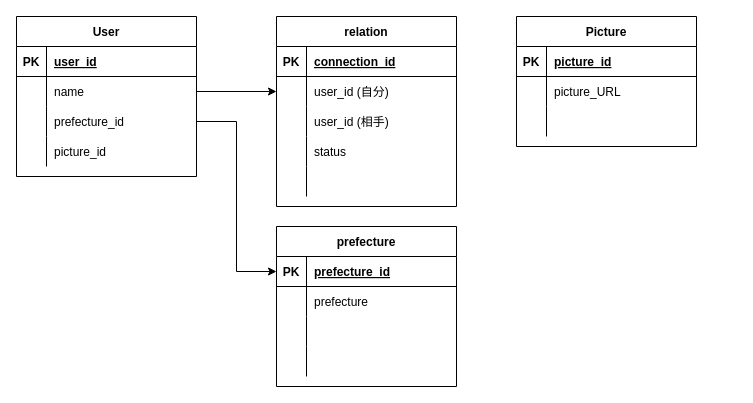
This is HackU_DB.drawio from alex64Doby/HackU, a draw.io file, before an edit. Source tidied: cells renumbered, new cells numbered last; positions are measured from the earlier drawing's top-left corner, leaving out a move shared by most shapes. Both pictures are drawn from the tidied source at 100%, with x=0, y=0 at pixel (16, 16).
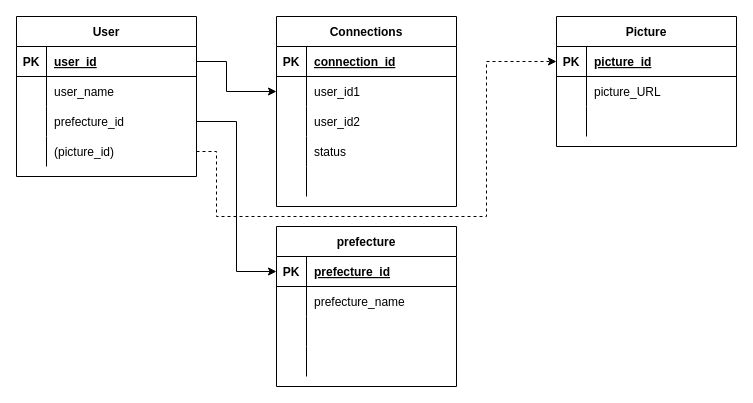
The same diagram, later.

The change refers to these unchanged cells:
```xml
<mxCell id="3" style="shape=tableRow;horizontal=0;startSize=0;swimlaneHead=0;swimlaneBody=0;fillColor=none;points=[[0,0.5],[1,0.5]];portConstraint=eastwest;top=0;left=0;right=0;bottom=1;" parent="2" vertex="1">
  <mxGeometry y="30" width="180" height="30" as="geometry" />
</mxCell>
<mxCell id="6" style="shape=tableRow;horizontal=0;startSize=0;swimlaneHead=0;swimlaneBody=0;fillColor=none;points=[[0,0.5],[1,0.5]];portConstraint=eastwest;top=0;left=0;right=0;bottom=0;" parent="2" vertex="1">
  <mxGeometry y="60" width="180" height="30" as="geometry" />
</mxCell>
<mxCell id="12" style="shape=tableRow;horizontal=0;startSize=0;swimlaneHead=0;swimlaneBody=0;fillColor=none;points=[[0,0.5],[1,0.5]];portConstraint=eastwest;top=0;left=0;right=0;bottom=0;" parent="2" vertex="1">
  <mxGeometry y="120" width="180" height="30" as="geometry" />
</mxCell>
<mxCell id="19" style="shape=tableRow;horizontal=0;startSize=0;swimlaneHead=0;swimlaneBody=0;fillColor=none;top=0;left=0;right=0;bottom=0;" parent="15" vertex="1">
  <mxGeometry y="60" width="180" height="30" as="geometry" />
</mxCell>
<mxCell id="33" style="shape=tableRow;horizontal=0;startSize=0;swimlaneHead=0;swimlaneBody=0;fillColor=none;points=[[0,0.5],[1,0.5]];portConstraint=eastwest;top=0;left=0;right=0;bottom=0;" parent="29" vertex="1">
  <mxGeometry y="60" width="180" height="30" as="geometry" />
</mxCell>
<mxCell id="36" style="shape=tableRow;horizontal=0;startSize=0;swimlaneHead=0;swimlaneBody=0;fillColor=none;top=0;left=0;right=0;bottom=0;" parent="29" vertex="1">
  <mxGeometry y="90" width="180" height="30" as="geometry" />
</mxCell>
<mxCell id="46" style="shape=tableRow;horizontal=0;startSize=0;swimlaneHead=0;swimlaneBody=0;fillColor=none;points=[[0,0.5],[1,0.5]];portConstraint=eastwest;top=0;left=0;right=0;bottom=1;" parent="45" vertex="1">
  <mxGeometry y="30" width="180" height="30" as="geometry" />
</mxCell>
```

Change to the diagram source:
```diff
@@
-    <mxCell id="8" value="name" style="shape=partialRectangle;fillColor=none;top=0;left=0;bottom=0;right=0;align=left;spacingLeft=6;overflow=hidden;" parent="6" vertex="1">
+    <mxCell id="8" value="user_name" style="shape=partialRectangle;fillColor=none;top=0;left=0;bottom=0;right=0;align=left;spacingLeft=6;overflow=hidden;" parent="6" vertex="1">
       <mxGeometry x="30" width="150" height="30" as="geometry" />
     </mxCell>
@@
-    <mxCell id="14" value="picture_id" style="shape=partialRectangle;fillColor=none;top=0;left=0;bottom=0;right=0;align=left;spacingLeft=6;overflow=hidden;fontStyle=0;" parent="12" vertex="1">
+    <mxCell id="14" value="(picture_id)" style="shape=partialRectangle;fillColor=none;top=0;left=0;bottom=0;right=0;align=left;spacingLeft=6;overflow=hidden;fontStyle=0;" parent="12" vertex="1">
       <mxGeometry x="30" width="150" height="30" as="geometry" />
     </mxCell>
@@
-    <mxCell id="21" value="prefecture" style="shape=partialRectangle;fillColor=none;top=0;left=0;bottom=0;right=0;align=left;spacingLeft=6;overflow=hidden;" parent="19" vertex="1">
+    <mxCell id="21" value="prefecture_name" style="shape=partialRectangle;fillColor=none;top=0;left=0;bottom=0;right=0;align=left;spacingLeft=6;overflow=hidden;" parent="19" vertex="1">
       <mxGeometry x="30" width="150" height="30" as="geometry" />
     </mxCell>
@@
-    <mxCell id="29" value="relation" style="shape=table;startSize=30;childLayout=tableLayout;rowLines=0;fontStyle=1;align=center;" parent="1" vertex="1">
+    <mxCell id="29" value="Connections" style="shape=table;startSize=30;childLayout=tableLayout;rowLines=0;fontStyle=1;align=center;" parent="1" vertex="1">
       <mxGeometry x="260" width="180" height="190" as="geometry" />
     </mxCell>
@@
-    <mxCell id="35" value="user_id (自分)" style="shape=partialRectangle;fillColor=none;top=0;left=0;bottom=0;right=0;align=left;spacingLeft=6;overflow=hidden;" parent="33" vertex="1">
+    <mxCell id="35" value="user_id1" style="shape=partialRectangle;fillColor=none;top=0;left=0;bottom=0;right=0;align=left;spacingLeft=6;overflow=hidden;" parent="33" vertex="1">
       <mxGeometry x="30" width="150" height="30" as="geometry" />
     </mxCell>
@@
-    <mxCell id="38" value="user_id (相手)" style="shape=partialRectangle;fillColor=none;top=0;left=0;bottom=0;right=0;align=left;spacingLeft=6;overflow=hidden;" parent="36" vertex="1">
+    <mxCell id="38" value="user_id2" style="shape=partialRectangle;fillColor=none;top=0;left=0;bottom=0;right=0;align=left;spacingLeft=6;overflow=hidden;" parent="36" vertex="1">
       <mxGeometry x="30" width="150" height="30" as="geometry" />
     </mxCell>
@@
     <mxCell id="45" value="Picture" style="shape=table;startSize=30;childLayout=tableLayout;rowLines=0;fontStyle=1;align=center;" parent="1" vertex="1">
-      <mxGeometry x="500" width="180" height="130" as="geometry" />
+      <mxGeometry x="540" width="180" height="130" as="geometry" />
     </mxCell>
@@
-    <mxCell id="55" style="edgeStyle=orthogonalEdgeStyle;rounded=0;jettySize=auto;html=1;exitX=1;exitY=0.5;exitDx=0;exitDy=0;entryX=0;entryY=0.5;entryDx=0;entryDy=0;" parent="1" edge="1" source="6" target="33">
-      <mxGeometry relative="1" as="geometry" />
+    <mxCell id="55" style="edgeStyle=orthogonalEdgeStyle;rounded=0;jettySize=auto;html=1;exitX=1;exitY=0.5;exitDx=0;exitDy=0;entryX=0;entryY=0.5;entryDx=0;entryDy=0;" parent="1" edge="1" source="3" target="33">
+      <mxGeometry relative="1" as="geometry">
+        <Array as="points">
+          <mxPoint x="210" y="45" />
+          <mxPoint x="210" y="75" />
+        </Array>
+      </mxGeometry>
     </mxCell>
+    <mxCell id="56" style="edgeStyle=orthogonalEdgeStyle;rounded=0;jettySize=auto;html=1;exitX=1;exitY=0.5;exitDx=0;exitDy=0;entryX=0;entryY=0.5;entryDx=0;entryDy=0;dashed=1;" parent="1" edge="1" source="12" target="46">
+      <mxGeometry relative="1" as="geometry">
+        <Array as="points">
+          <mxPoint x="200" y="135" />
+          <mxPoint x="200" y="200" />
+          <mxPoint x="470" y="200" />
+          <mxPoint x="470" y="45" />
+        </Array>
+      </mxGeometry>
+    </mxCell>
```
